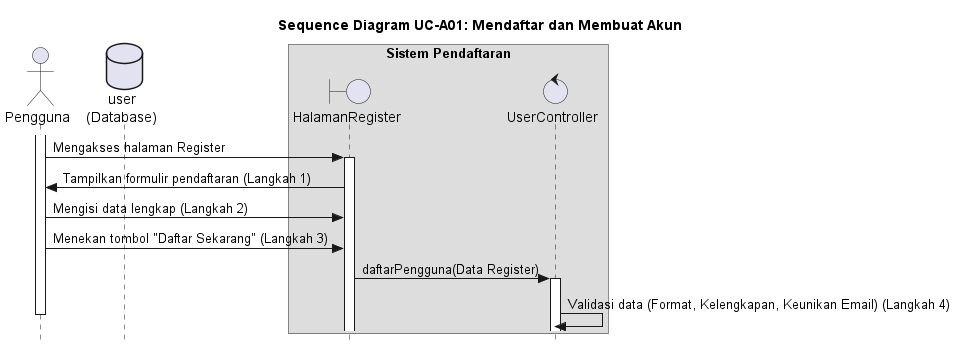
Earlier version of the PlantUML export out/UC-A01/SD-UC-A01_MendaftarAkun.png (alfiahnurfa/RSI-PROYEK-AKHIR-SEQUENCE).
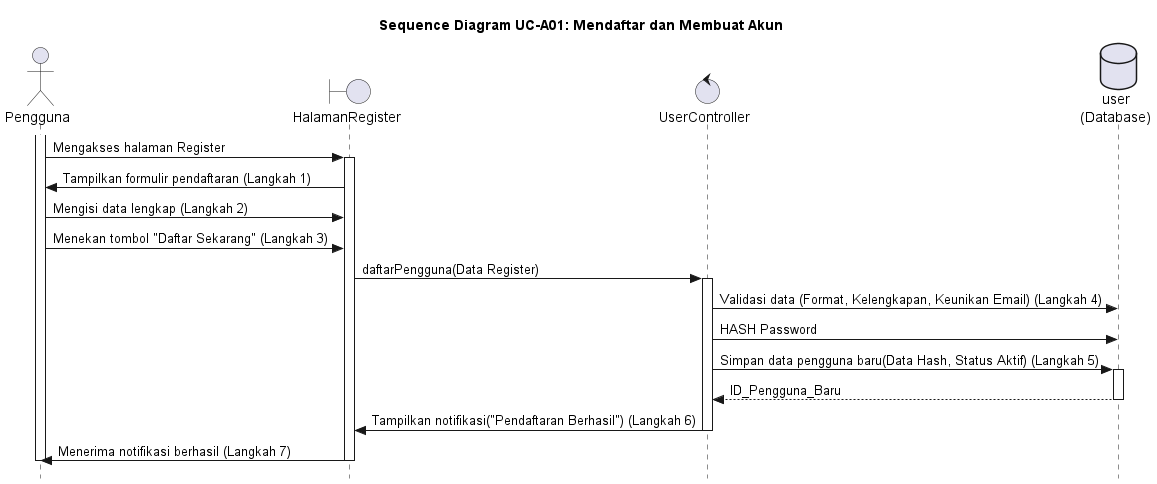
The same diagram one commit later.

What changed in the source:
```diff
@@ -7,10 +7,6 @@
 control UserController
 database user as "user\n(Database)"
 
-box "Sistem Pendaftaran"
-    participant HalamanRegister
-    participant UserController
-end box
 
 activate Pengguna
 Pengguna -> HalamanRegister : Mengakses halaman Register
@@ -25,14 +21,23 @@
 HalamanRegister -> UserController : daftarPengguna(Data Register)
 activate UserController
 
-UserController -> UserController : Validasi data (Format, Kelengkapan, Keunikan Email) (Langkah 4)
+UserController -> user : Validasi data (Format, Kelengkapan, Keunikan Email) (Langkah 4)
 
 
 
 
+UserController -> user : HASH Password
+    UserController -> user : Simpan data pengguna baru(Data Hash, Status Aktif) (Langkah 5)
+    activate user
 
+    user --> UserController : ID_Pengguna_Baru
+    deactivate user
 
+    UserController -> HalamanRegister : Tampilkan notifikasi("Pendaftaran Berhasil") (Langkah 6)
+    deactivate UserController
 
+    HalamanRegister -> Pengguna : Menerima notifikasi berhasil (Langkah 7)
+    deactivate HalamanRegister
 deactivate Pengguna
 
 @enduml
```
